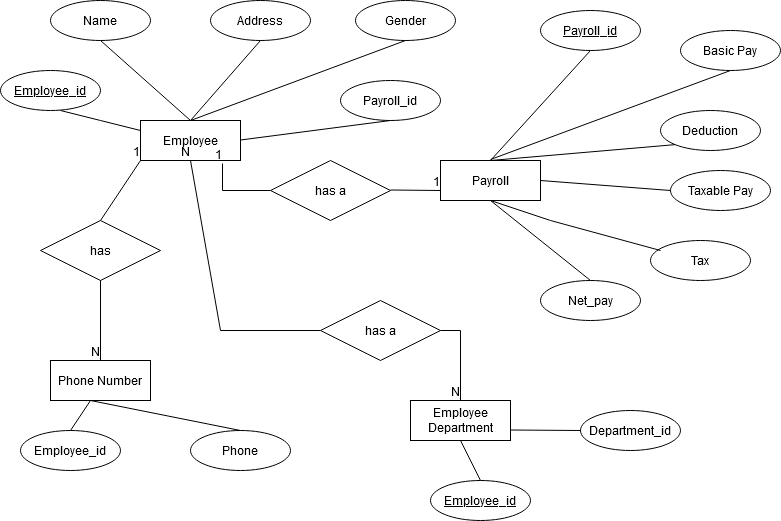
9adk/Employee_Payroll keeps this draw.io diagram as Employee_Payroll.png. Above is the earlier version. Source tidied: cells renumbered, new cells last; positions are measured from the earlier drawing's top-left corner, leaving out a move shared by most shapes. Its diagram source:
```xml
<mxGraphModel>
  <root>
    <mxCell id="0" />
    <mxCell id="1" parent="0" />
    <mxCell id="2" value="Employee" style="whiteSpace=wrap;html=1;align=center;" parent="1" vertex="1">
      <mxGeometry x="140" y="120" width="100" height="40" as="geometry" />
    </mxCell>
    <mxCell id="3" value="Gender" style="ellipse;whiteSpace=wrap;html=1;align=center;" parent="1" vertex="1">
      <mxGeometry x="355" width="100" height="40" as="geometry" />
    </mxCell>
    <mxCell id="4" value="Address" style="ellipse;whiteSpace=wrap;html=1;align=center;" parent="1" vertex="1">
      <mxGeometry x="210" width="100" height="40" as="geometry" />
    </mxCell>
    <mxCell id="5" value="Name" style="ellipse;whiteSpace=wrap;html=1;align=center;" parent="1" vertex="1">
      <mxGeometry x="50" width="100" height="40" as="geometry" />
    </mxCell>
    <mxCell id="6" style="endArrow=none;html=1;rounded=0;entryX=0;entryY=0.25;entryDx=0;entryDy=0;" parent="1" edge="1" target="2">
      <mxGeometry relative="1" as="geometry">
        <mxPoint x="60" y="110" as="sourcePoint" />
        <Array as="points">
          <mxPoint x="100" y="120" />
        </Array>
      </mxGeometry>
    </mxCell>
    <mxCell id="7" style="endArrow=none;html=1;rounded=0;entryX=0.5;entryY=0;entryDx=0;entryDy=0;" parent="1" edge="1" target="2">
      <mxGeometry relative="1" as="geometry">
        <mxPoint x="100" y="40" as="sourcePoint" />
      </mxGeometry>
    </mxCell>
    <mxCell id="8" value="Employee_id" style="ellipse;whiteSpace=wrap;html=1;align=center;fontStyle=4;" parent="1" vertex="1">
      <mxGeometry y="70" width="100" height="40" as="geometry" />
    </mxCell>
    <mxCell id="9" style="endArrow=none;html=1;rounded=0;entryX=0.5;entryY=1;entryDx=0;entryDy=0;exitX=0.5;exitY=0;exitDx=0;exitDy=0;" parent="1" edge="1" source="2" target="4">
      <mxGeometry relative="1" as="geometry" />
    </mxCell>
    <mxCell id="10" style="endArrow=none;html=1;rounded=0;entryX=0.5;entryY=1;entryDx=0;entryDy=0;" parent="1" edge="1" target="3">
      <mxGeometry relative="1" as="geometry">
        <mxPoint x="190" y="120" as="sourcePoint" />
      </mxGeometry>
    </mxCell>
    <mxCell id="11" value="Payroll" style="whiteSpace=wrap;html=1;align=center;" parent="1" vertex="1">
      <mxGeometry x="440" y="160" width="100" height="40" as="geometry" />
    </mxCell>
    <mxCell id="12" value="Payroll_id" style="ellipse;whiteSpace=wrap;html=1;align=center;fontStyle=4;" parent="1" vertex="1">
      <mxGeometry x="540" y="10" width="100" height="40" as="geometry" />
    </mxCell>
    <mxCell id="13" style="endArrow=none;html=1;rounded=0;entryX=0.5;entryY=0;entryDx=0;entryDy=0;exitX=0.5;exitY=1;exitDx=0;exitDy=0;" parent="1" edge="1" source="12" target="11">
      <mxGeometry relative="1" as="geometry" />
    </mxCell>
    <mxCell id="14" value="Basic Pay" style="ellipse;whiteSpace=wrap;html=1;align=center;" parent="1" vertex="1">
      <mxGeometry x="680" y="30" width="100" height="40" as="geometry" />
    </mxCell>
    <mxCell id="15" value="Deduction" style="ellipse;whiteSpace=wrap;html=1;align=center;" parent="1" vertex="1">
      <mxGeometry x="660" y="110" width="100" height="40" as="geometry" />
    </mxCell>
    <mxCell id="16" value="Taxable Pay" style="ellipse;whiteSpace=wrap;html=1;align=center;" parent="1" vertex="1">
      <mxGeometry x="670" y="170" width="100" height="40" as="geometry" />
    </mxCell>
    <mxCell id="17" value="Tax" style="ellipse;whiteSpace=wrap;html=1;align=center;" parent="1" vertex="1">
      <mxGeometry x="650" y="240" width="100" height="40" as="geometry" />
    </mxCell>
    <mxCell id="18" value="Net_pay" style="ellipse;whiteSpace=wrap;html=1;align=center;" parent="1" vertex="1">
      <mxGeometry x="540" y="280" width="100" height="40" as="geometry" />
    </mxCell>
    <mxCell id="19" style="endArrow=none;html=1;rounded=0;entryX=0.5;entryY=1;entryDx=0;entryDy=0;" parent="1" edge="1" target="14">
      <mxGeometry relative="1" as="geometry">
        <mxPoint x="490" y="159" as="sourcePoint" />
      </mxGeometry>
    </mxCell>
    <mxCell id="20" style="endArrow=none;html=1;rounded=0;entryX=0;entryY=1;entryDx=0;entryDy=0;" parent="1" edge="1" target="15">
      <mxGeometry relative="1" as="geometry">
        <mxPoint x="490" y="160" as="sourcePoint" />
      </mxGeometry>
    </mxCell>
    <mxCell id="21" style="endArrow=none;html=1;rounded=0;exitX=1;exitY=0.5;exitDx=0;exitDy=0;" parent="1" edge="1" source="11">
      <mxGeometry relative="1" as="geometry">
        <mxPoint x="670" y="190" as="targetPoint" />
      </mxGeometry>
    </mxCell>
    <mxCell id="22" style="endArrow=none;html=1;rounded=0;exitX=0.5;exitY=1;exitDx=0;exitDy=0;" parent="1" edge="1" source="11">
      <mxGeometry relative="1" as="geometry">
        <mxPoint x="660" y="250" as="targetPoint" />
        <Array as="points">
          <mxPoint x="550" y="220" />
        </Array>
      </mxGeometry>
    </mxCell>
    <mxCell id="23" style="endArrow=none;html=1;rounded=0;exitX=0.5;exitY=1;exitDx=0;exitDy=0;entryX=0.5;entryY=0;entryDx=0;entryDy=0;" parent="1" edge="1" source="11" target="18">
      <mxGeometry relative="1" as="geometry" />
    </mxCell>
    <mxCell id="24" value="Payroll_id" style="ellipse;whiteSpace=wrap;html=1;align=center;" parent="1" vertex="1">
      <mxGeometry x="340" y="80" width="100" height="40" as="geometry" />
    </mxCell>
    <mxCell id="25" style="endArrow=none;html=1;rounded=0;entryX=0.5;entryY=1;entryDx=0;entryDy=0;" parent="1" edge="1" target="24">
      <mxGeometry relative="1" as="geometry">
        <mxPoint x="240" y="139.5" as="sourcePoint" />
      </mxGeometry>
    </mxCell>
    <mxCell id="26" value="has a" style="shape=rhombus;perimeter=rhombusPerimeter;whiteSpace=wrap;html=1;align=center;" parent="1" vertex="1">
      <mxGeometry x="270" y="160" width="120" height="60" as="geometry" />
    </mxCell>
    <mxCell id="27" style="endArrow=none;html=1;rounded=0;entryX=0.82;entryY=1.075;entryDx=0;entryDy=0;exitX=0;exitY=0.5;exitDx=0;exitDy=0;entryPerimeter=0;" parent="1" edge="1" source="26" target="2">
      <mxGeometry relative="1" as="geometry">
        <Array as="points">
          <mxPoint x="222" y="190" />
        </Array>
      </mxGeometry>
    </mxCell>
    <mxCell id="28" value="1" style="html=1;align=right;verticalAlign=bottom;" parent="27" vertex="1">
      <mxGeometry x="1" relative="1" as="geometry" />
    </mxCell>
    <mxCell id="29" style="endArrow=none;html=1;rounded=0;entryX=0;entryY=0.75;entryDx=0;entryDy=0;" parent="1" edge="1" target="11">
      <mxGeometry relative="1" as="geometry">
        <mxPoint x="390" y="189.5" as="sourcePoint" />
      </mxGeometry>
    </mxCell>
    <mxCell id="30" value="1" style="html=1;align=right;verticalAlign=bottom;" parent="29" vertex="1">
      <mxGeometry x="1" relative="1" as="geometry" />
    </mxCell>
    <mxCell id="31" value="&lt;div&gt;Employee Department&lt;/div&gt;" style="whiteSpace=wrap;html=1;align=center;" parent="1" vertex="1">
      <mxGeometry x="410" y="400" width="100" height="40" as="geometry" />
    </mxCell>
    <mxCell id="32" value="Employee_id" style="ellipse;whiteSpace=wrap;html=1;align=center;fontStyle=4;" parent="1" vertex="1">
      <mxGeometry x="430" y="480" width="100" height="40" as="geometry" />
    </mxCell>
    <mxCell id="33" value="Department_id" style="ellipse;whiteSpace=wrap;html=1;align=center;" parent="1" vertex="1">
      <mxGeometry x="580" y="410" width="100" height="40" as="geometry" />
    </mxCell>
    <mxCell id="34" style="endArrow=none;html=1;rounded=0;exitX=0.5;exitY=1;exitDx=0;exitDy=0;entryX=0.5;entryY=0;entryDx=0;entryDy=0;" parent="1" edge="1" source="31" target="32">
      <mxGeometry relative="1" as="geometry" />
    </mxCell>
    <mxCell id="35" style="endArrow=none;html=1;rounded=0;" parent="1" edge="1">
      <mxGeometry relative="1" as="geometry">
        <mxPoint x="510" y="429.5" as="sourcePoint" />
        <mxPoint x="580" y="430" as="targetPoint" />
      </mxGeometry>
    </mxCell>
    <mxCell id="36" value="has a " style="shape=rhombus;perimeter=rhombusPerimeter;whiteSpace=wrap;html=1;align=center;" parent="1" vertex="1">
      <mxGeometry x="320" y="300" width="120" height="60" as="geometry" />
    </mxCell>
    <mxCell id="37" style="endArrow=none;html=1;rounded=0;entryX=0.5;entryY=0;entryDx=0;entryDy=0;exitX=1;exitY=0.5;exitDx=0;exitDy=0;" parent="1" edge="1" source="36" target="31">
      <mxGeometry relative="1" as="geometry">
        <Array as="points">
          <mxPoint x="460" y="330" />
        </Array>
      </mxGeometry>
    </mxCell>
    <mxCell id="38" value="N" style="html=1;align=right;verticalAlign=bottom;" parent="37" vertex="1">
      <mxGeometry x="1" relative="1" as="geometry" />
    </mxCell>
    <mxCell id="39" style="endArrow=none;html=1;rounded=0;entryX=0.5;entryY=1;entryDx=0;entryDy=0;exitX=0;exitY=0.5;exitDx=0;exitDy=0;" parent="1" edge="1" source="36" target="2">
      <mxGeometry relative="1" as="geometry">
        <Array as="points">
          <mxPoint x="220" y="330" />
        </Array>
      </mxGeometry>
    </mxCell>
    <mxCell id="40" value="N" style="html=1;align=right;verticalAlign=bottom;" parent="39" vertex="1">
      <mxGeometry x="1" relative="1" as="geometry" />
    </mxCell>
    <mxCell id="41" value="Phone Number" style="whiteSpace=wrap;html=1;align=center;" parent="1" vertex="1">
      <mxGeometry x="50" y="360" width="100" height="40" as="geometry" />
    </mxCell>
    <mxCell id="42" value="Employee_id" style="ellipse;whiteSpace=wrap;html=1;align=center;" parent="1" vertex="1">
      <mxGeometry x="20" y="430" width="100" height="40" as="geometry" />
    </mxCell>
    <mxCell id="43" value="Phone" style="ellipse;whiteSpace=wrap;html=1;align=center;" parent="1" vertex="1">
      <mxGeometry x="190" y="430" width="100" height="40" as="geometry" />
    </mxCell>
    <mxCell id="44" style="endArrow=none;html=1;rounded=0;entryX=0.5;entryY=0;entryDx=0;entryDy=0;" parent="1" edge="1" target="42">
      <mxGeometry relative="1" as="geometry">
        <mxPoint x="90" y="400" as="sourcePoint" />
      </mxGeometry>
    </mxCell>
    <mxCell id="45" style="endArrow=none;html=1;rounded=0;entryX=0.5;entryY=0;entryDx=0;entryDy=0;" parent="1" edge="1" target="43">
      <mxGeometry relative="1" as="geometry">
        <mxPoint x="90" y="400" as="sourcePoint" />
      </mxGeometry>
    </mxCell>
    <mxCell id="46" value="has" style="shape=rhombus;perimeter=rhombusPerimeter;whiteSpace=wrap;html=1;align=center;" parent="1" vertex="1">
      <mxGeometry x="40" y="220" width="120" height="60" as="geometry" />
    </mxCell>
    <mxCell id="47" style="endArrow=none;html=1;rounded=0;entryX=0.5;entryY=0;entryDx=0;entryDy=0;" parent="1" edge="1" target="41">
      <mxGeometry relative="1" as="geometry">
        <mxPoint x="100" y="280" as="sourcePoint" />
      </mxGeometry>
    </mxCell>
    <mxCell id="48" value="N" style="html=1;align=right;verticalAlign=bottom;" parent="47" vertex="1">
      <mxGeometry x="1" relative="1" as="geometry" />
    </mxCell>
    <mxCell id="49" style="endArrow=none;html=1;rounded=0;entryX=0;entryY=1;entryDx=0;entryDy=0;" parent="1" edge="1" target="2">
      <mxGeometry relative="1" as="geometry">
        <mxPoint x="100" y="220" as="sourcePoint" />
      </mxGeometry>
    </mxCell>
    <mxCell id="50" value="1" style="html=1;align=right;verticalAlign=bottom;" parent="49" vertex="1">
      <mxGeometry x="1" relative="1" as="geometry" />
    </mxCell>
  </root>
</mxGraphModel>
```
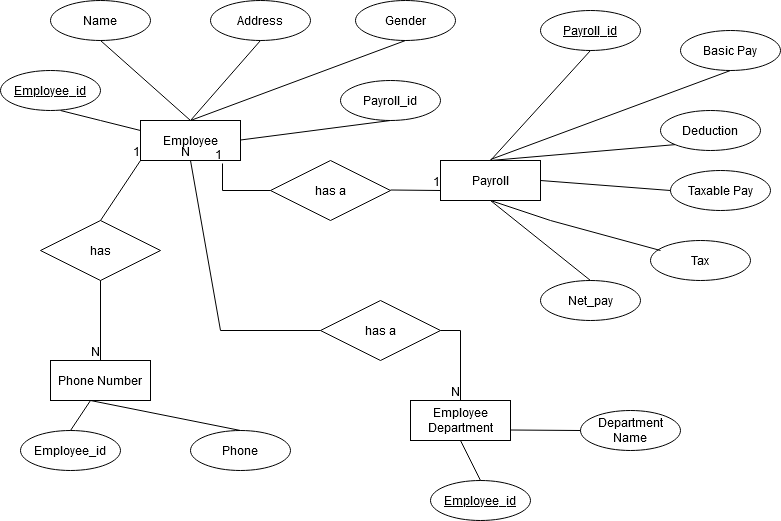
Above is the later version.

Commit message:
Added query for the er diagram's implementation

Change to the diagram source:
```diff
@@ -123,7 +123,7 @@
     <mxCell id="32" value="Employee_id" style="ellipse;whiteSpace=wrap;html=1;align=center;fontStyle=4;" parent="1" vertex="1">
       <mxGeometry x="430" y="480" width="100" height="40" as="geometry" />
     </mxCell>
-    <mxCell id="33" value="Department_id" style="ellipse;whiteSpace=wrap;html=1;align=center;" parent="1" vertex="1">
+    <mxCell id="33" value="Department Name" style="ellipse;whiteSpace=wrap;html=1;align=center;" parent="1" vertex="1">
       <mxGeometry x="580" y="410" width="100" height="40" as="geometry" />
     </mxCell>
     <mxCell id="34" style="endArrow=none;html=1;rounded=0;exitX=0.5;exitY=1;exitDx=0;exitDy=0;entryX=0.5;entryY=0;entryDx=0;entryDy=0;" parent="1" edge="1" source="31" target="32">
```
